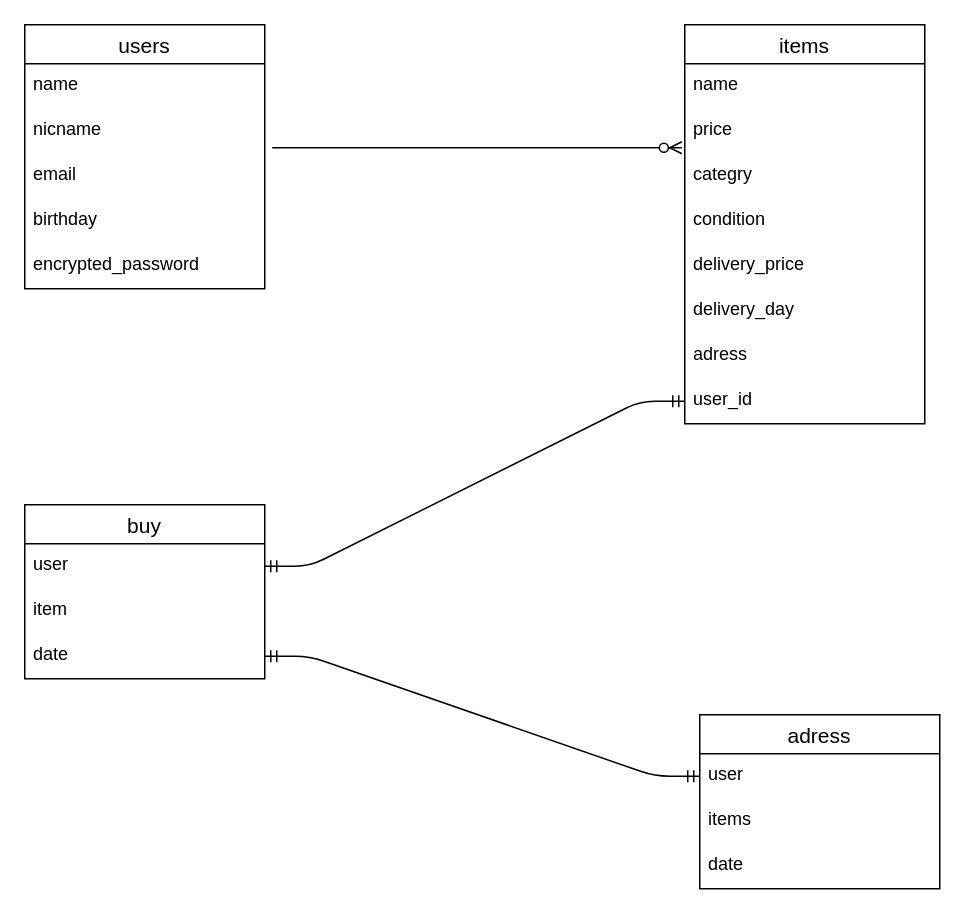
Before: furima.dio in oda27/furima-38275, a draw.io diagram. Source tidied: cells renumbered, new cells numbered last; positions are measured from the earlier drawing's top-left corner, leaving out a move shared by most shapes. Both pictures are drawn from the tidied source at 150%, with x=0, y=0 at pixel (24, 24).
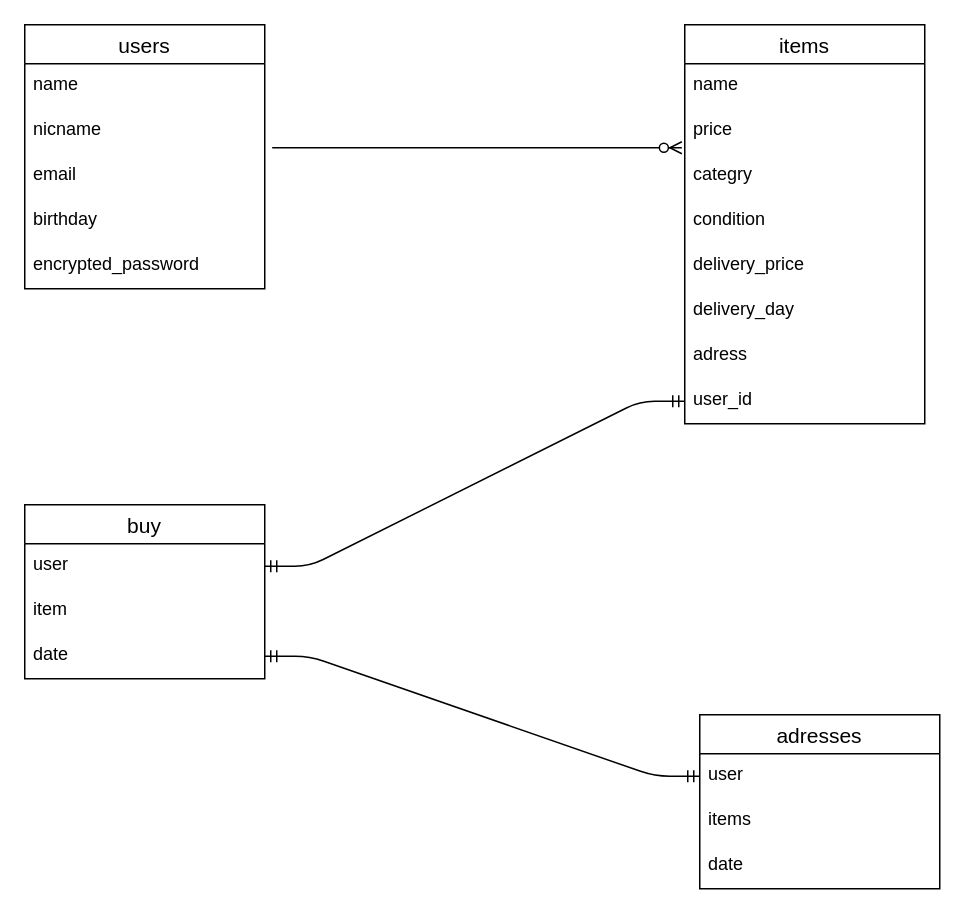
The same diagram, later.

Commit message (it also covers changes not shown here):
データベース設計

The edit, as a diff of the source:
```diff
@@
-    <mxCell id="12" value="adress" style="swimlane;fontStyle=0;horizontal=1;startSize=26;align=center;fontSize=14;" parent="1" vertex="1">
+    <mxCell id="12" value="adresses" style="swimlane;fontStyle=0;horizontal=1;startSize=26;align=center;fontSize=14;" parent="1" vertex="1">
       <mxGeometry x="450" y="460" width="160" height="116" as="geometry" />
     </mxCell>
```
